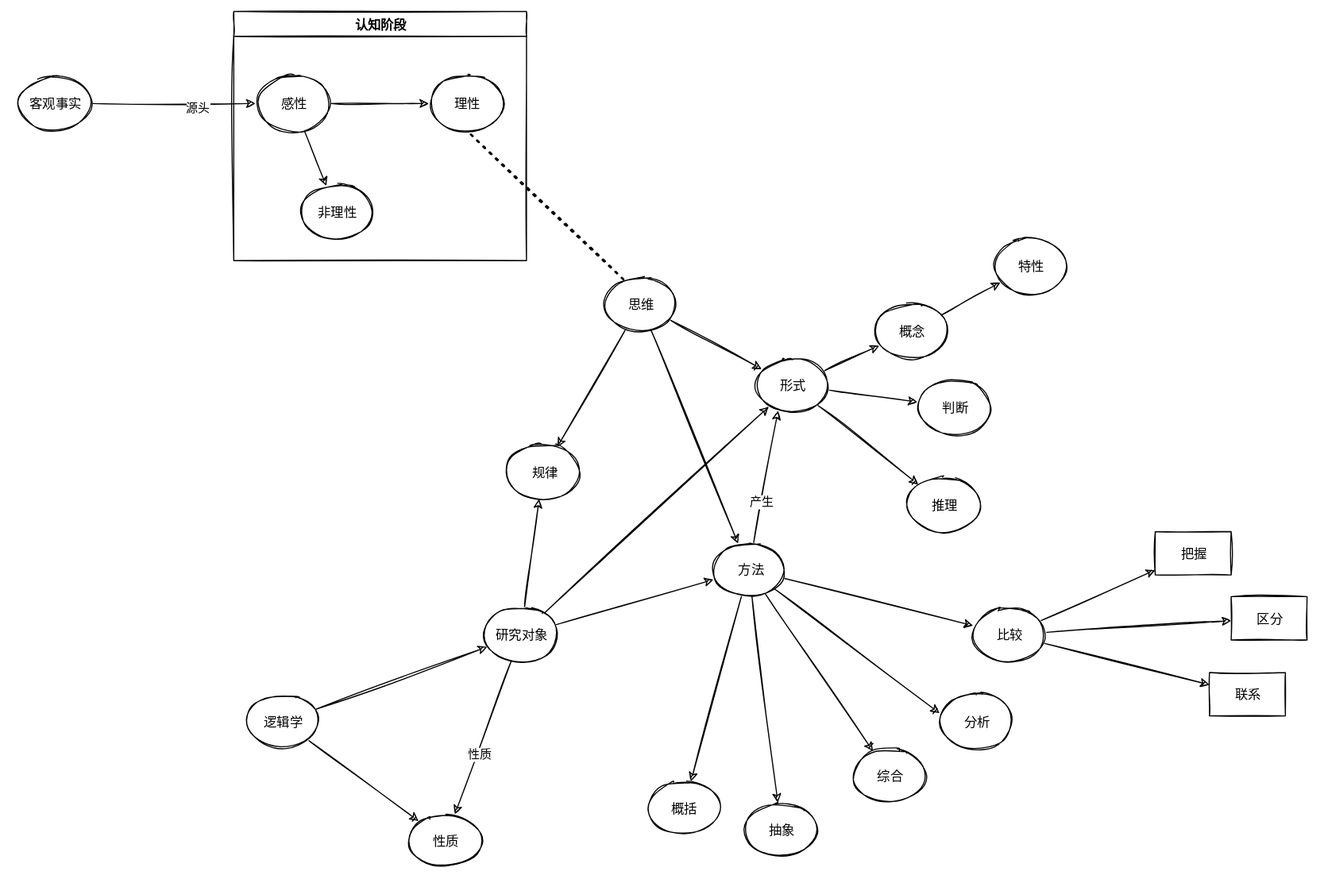
Before: 笔记/工具/哲学/Untitled Diagram.svg, a diagram exported from draw.io (Echo-Yanglulu/obsidianPrivateNote). Source tidied: cells renumbered, new cells last; positions are measured from the earlier drawing's top-left corner, leaving out a move shared by most shapes.
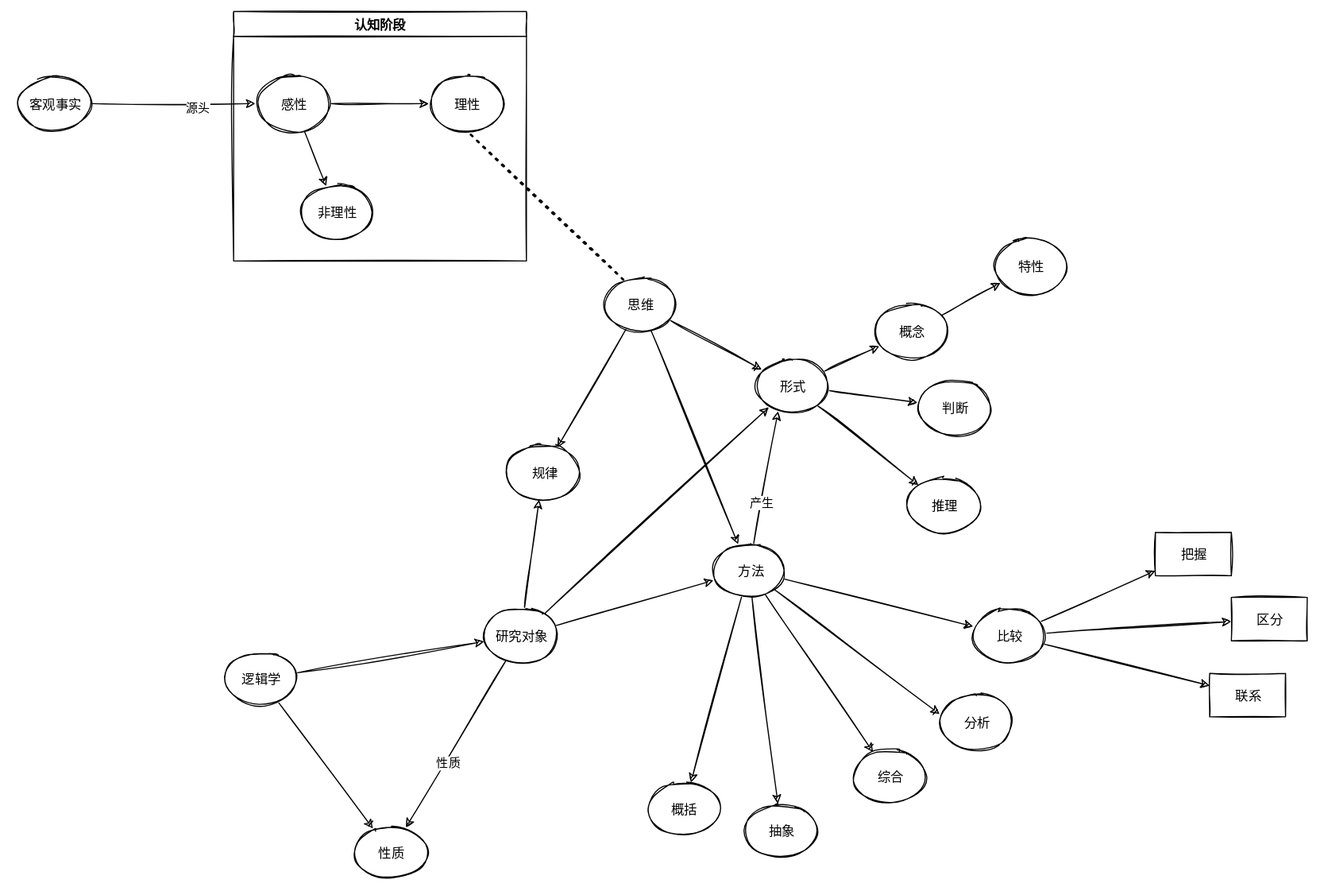
Above is the later version.

The edit, as a diff of the source:
```diff
@@ -26,8 +26,8 @@
     <mxCell id="9" style="edgeStyle=none;html=1;" parent="1" edge="1" source="10" target="54">
       <mxGeometry relative="1" as="geometry" />
     </mxCell>
-    <mxCell id="10" value="逻辑学" style="ellipse;whiteSpace=wrap;html=1;" parent="1" vertex="1">
-      <mxGeometry x="210" y="630" width="70" height="50" as="geometry" />
+    <mxCell id="10" value="逻辑学" style="ellipse;whiteSpace=wrap;html=1;border-color:1px solid red;" parent="1" vertex="1">
+      <mxGeometry x="190" y="590" width="70" height="50" as="geometry" />
     </mxCell>
     <mxCell id="11" style="edgeStyle=none;html=1;" parent="1" edge="1" source="14" target="16">
       <mxGeometry relative="1" as="geometry" />
@@ -159,7 +159,7 @@
       <mxGeometry x="900" y="210" width="70" height="50" as="geometry" />
     </mxCell>
     <mxCell id="54" value="性质" style="ellipse;whiteSpace=wrap;html=1;" parent="1" vertex="1">
-      <mxGeometry x="360" y="740" width="70" height="50" as="geometry" />
+      <mxGeometry x="310" y="750" width="70" height="50" as="geometry" />
     </mxCell>
   </root>
 </mxGraphModel>
```
